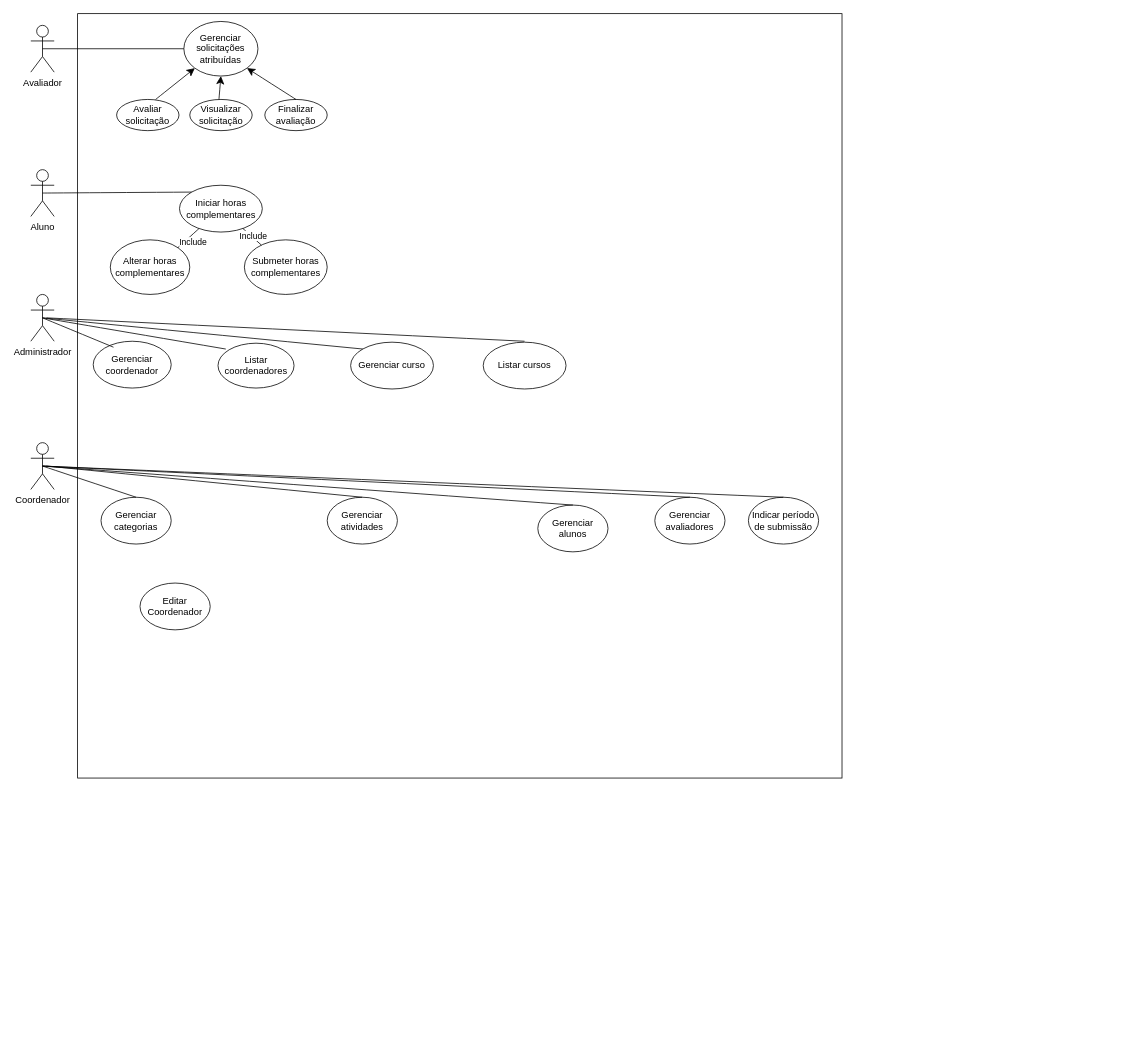
Earlier version of the draw.io diagram trabanalise.drawio (DGzzzzz/ADS_IF). Source tidied: cells renumbered, new cells numbered last; positions are measured from the earlier drawing's top-left corner, leaving out a move shared by most shapes. Both pictures are drawn from the tidied source at 78%, with x=0, y=0 at pixel (30, 13).
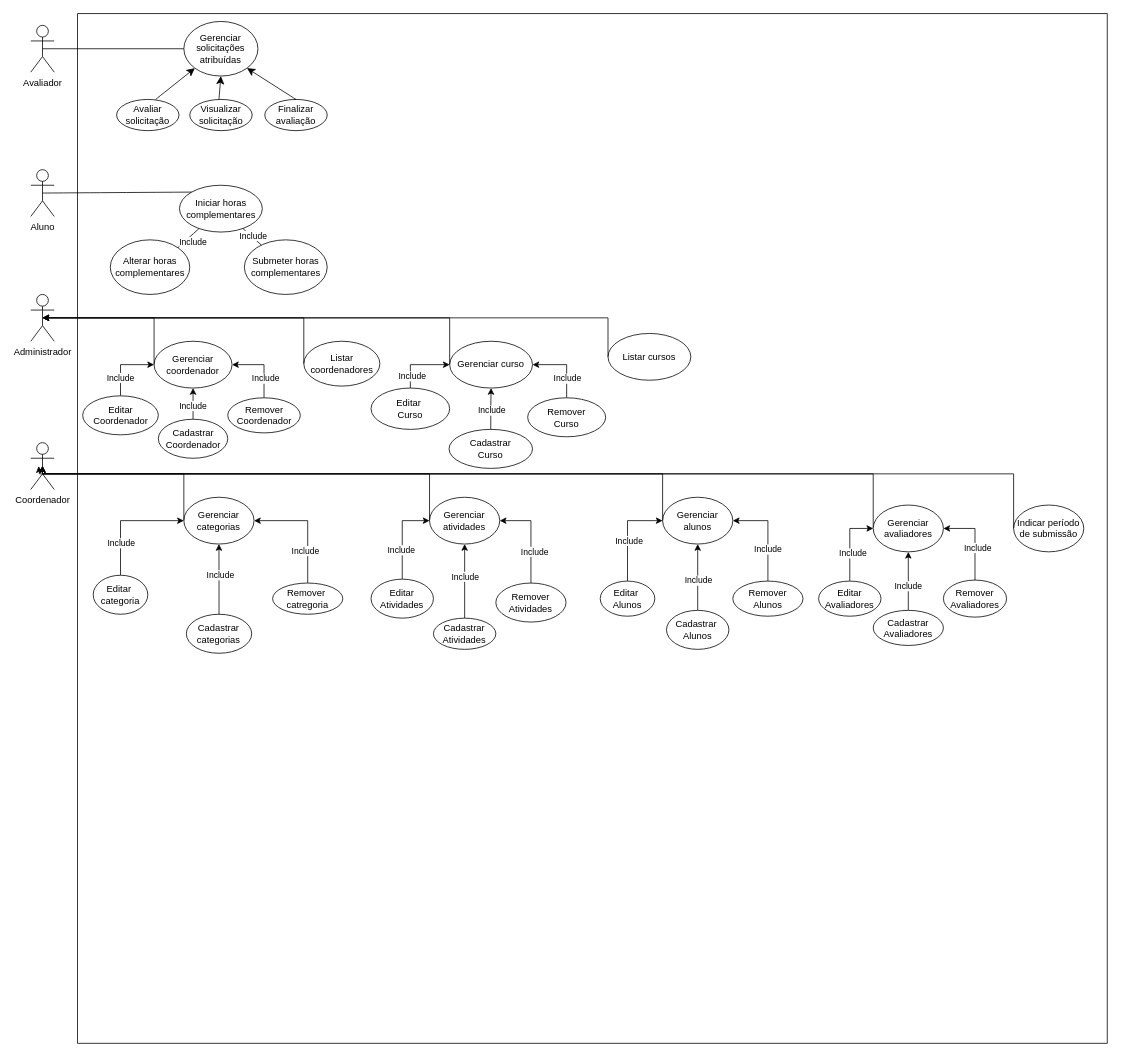
The same diagram, later.

The change refers to these unchanged cells:
```xml
<mxCell id="4" value="Administrador" style="shape=umlActor;verticalLabelPosition=bottom;verticalAlign=top;html=1;outlineConnect=0;" parent="1" vertex="1">
  <mxGeometry y="360" width="30" height="60" as="geometry" />
</mxCell>
<mxCell id="5" value="Coordenador" style="shape=umlActor;verticalLabelPosition=bottom;verticalAlign=top;html=1;outlineConnect=0;" parent="1" vertex="1">
  <mxGeometry y="550" width="30" height="60" as="geometry" />
</mxCell>
```

Diff of the diagram source:
```diff
@@
     <mxCell id="2" style="whiteSpace=wrap;html=1;" parent="1" vertex="1">
-      <mxGeometry x="60" width="980" height="980" as="geometry" />
+      <mxGeometry x="60" width="1320" height="1320" as="geometry" />
     </mxCell>
@@
     <mxCell id="7" value="&lt;span style=&quot;background-color: transparent; color: light-dark(rgb(0, 0, 0), rgb(255, 255, 255));&quot;&gt;Gerenciar&lt;/span&gt;&lt;span style=&quot;background-color: transparent; color: light-dark(rgb(0, 0, 0), rgb(255, 255, 255));&quot;&gt;&amp;nbsp;curso&lt;/span&gt;" style="ellipse;whiteSpace=wrap;html=1;" parent="1" vertex="1">
-      <mxGeometry x="410" y="421.2" width="106.2" height="60" as="geometry" />
+      <mxGeometry x="537" y="420" width="106.2" height="60" as="geometry" />
     </mxCell>
     <mxCell id="8" value="&lt;span style=&quot;background-color: transparent; color: light-dark(rgb(0, 0, 0), rgb(255, 255, 255));&quot;&gt;Gerenciar coordenador&lt;/span&gt;" style="ellipse;whiteSpace=wrap;html=1;" parent="1" vertex="1">
-      <mxGeometry x="80" y="420" width="100" height="60" as="geometry" />
+      <mxGeometry x="158" y="420" width="100" height="60" as="geometry" />
     </mxCell>
     <mxCell id="9" value="Gerenciar categorias" style="ellipse;whiteSpace=wrap;html=1;" parent="1" vertex="1">
-      <mxGeometry x="90" y="620" width="90" height="60" as="geometry" />
+      <mxGeometry x="196.2" y="620" width="90" height="60" as="geometry" />
     </mxCell>
     <mxCell id="10" value="Gerenciar atividades" style="ellipse;whiteSpace=wrap;html=1;" parent="1" vertex="1">
-      <mxGeometry x="380" y="620" width="90" height="60" as="geometry" />
+      <mxGeometry x="511.2" y="620" width="90" height="60" as="geometry" />
     </mxCell>
     <mxCell id="11" value="Gerenciar alunos" style="ellipse;whiteSpace=wrap;html=1;" parent="1" vertex="1">
-      <mxGeometry x="650" y="630" width="90" height="60" as="geometry" />
+      <mxGeometry x="810" y="620" width="90" height="60" as="geometry" />
     </mxCell>
+    <mxCell id="42" style="edgeStyle=orthogonalEdgeStyle;rounded=0;jettySize=auto;html=1;exitX=0;exitY=0.5;exitDx=0;exitDy=0;" parent="1" edge="1" source="12">
+      <mxGeometry relative="1" as="geometry">
+        <mxPoint x="10" y="580" as="targetPoint" />
+        <Array as="points">
+          <mxPoint x="1080" y="590" />
+          <mxPoint x="11" y="590" />
+        </Array>
+      </mxGeometry>
+    </mxCell>
     <mxCell id="12" value="Gerenciar avaliadores" style="ellipse;whiteSpace=wrap;html=1;" parent="1" vertex="1">
-      <mxGeometry x="800" y="620" width="90" height="60" as="geometry" />
+      <mxGeometry x="1080" y="630" width="90" height="60" as="geometry" />
     </mxCell>
     <mxCell id="13" value="Indicar período de submissão" style="ellipse;whiteSpace=wrap;html=1;" parent="1" vertex="1">
-      <mxGeometry x="920" y="620" width="90" height="60" as="geometry" />
+      <mxGeometry x="1260" y="630" width="90" height="60" as="geometry" />
     </mxCell>
@@
     <mxCell id="18" value="Listar coordenadores" style="ellipse;whiteSpace=wrap;html=1;" parent="1" vertex="1">
-      <mxGeometry x="240" y="422.5" width="97.5" height="57.5" as="geometry" />
+      <mxGeometry x="350" y="420" width="97.5" height="57.5" as="geometry" />
     </mxCell>
     <mxCell id="19" value="Listar cursos" style="ellipse;whiteSpace=wrap;html=1;" parent="1" vertex="1">
-      <mxGeometry x="580" y="421.2" width="106.2" height="60" as="geometry" />
+      <mxGeometry x="740" y="410" width="106.2" height="60" as="geometry" />
     </mxCell>
@@
-    <mxCell id="32" style="endArrow=none;html=1;rounded=0;fontSize=12;startSize=8;endSize=8;curved=1;" parent="1" edge="1">
-      <mxGeometry relative="1" as="geometry">
-        <mxPoint x="20" y="390" as="sourcePoint" />
-        <mxPoint x="633" y="420" as="targetPoint" />
-      </mxGeometry>
-    </mxCell>
-    <mxCell id="33" style="endArrow=none;html=1;rounded=0;fontSize=12;startSize=8;endSize=8;curved=1;entryX=0;entryY=0;entryDx=0;entryDy=0;exitX=0.5;exitY=0.5;exitDx=0;exitDy=0;exitPerimeter=0;" parent="1" edge="1" source="4" target="7">
-      <mxGeometry relative="1" as="geometry" />
-    </mxCell>
-    <mxCell id="34" style="endArrow=none;html=1;rounded=0;fontSize=12;startSize=8;endSize=8;curved=1;exitX=0.5;exitY=0.5;exitDx=0;exitDy=0;exitPerimeter=0;" parent="1" edge="1" source="4">
-      <mxGeometry relative="1" as="geometry">
-        <mxPoint x="250" y="430" as="targetPoint" />
-      </mxGeometry>
-    </mxCell>
-    <mxCell id="35" style="endArrow=none;html=1;rounded=0;fontSize=12;startSize=8;endSize=8;curved=1;entryX=0.26;entryY=0.127;entryDx=0;entryDy=0;entryPerimeter=0;exitX=0.5;exitY=0.5;exitDx=0;exitDy=0;exitPerimeter=0;" parent="1" edge="1" source="4" target="8">
-      <mxGeometry relative="1" as="geometry" />
-    </mxCell>
-    <mxCell id="36" style="endArrow=none;html=1;rounded=0;fontSize=12;startSize=8;endSize=8;curved=1;exitX=0.5;exitY=0.5;exitDx=0;exitDy=0;exitPerimeter=0;entryX=0.5;entryY=0;entryDx=0;entryDy=0;" parent="1" edge="1" source="5" target="13">
-      <mxGeometry relative="1" as="geometry" />
-    </mxCell>
-    <mxCell id="37" style="endArrow=none;html=1;rounded=0;fontSize=12;startSize=8;endSize=8;curved=1;exitX=0.5;exitY=0.5;exitDx=0;exitDy=0;exitPerimeter=0;entryX=0.5;entryY=0;entryDx=0;entryDy=0;" parent="1" edge="1" source="5" target="12">
-      <mxGeometry relative="1" as="geometry" />
-    </mxCell>
-    <mxCell id="38" style="endArrow=none;html=1;rounded=0;fontSize=12;startSize=8;endSize=8;curved=1;entryX=0.5;entryY=0;entryDx=0;entryDy=0;exitX=0.5;exitY=0.5;exitDx=0;exitDy=0;exitPerimeter=0;" parent="1" edge="1" source="5" target="11">
-      <mxGeometry relative="1" as="geometry" />
-    </mxCell>
-    <mxCell id="39" style="endArrow=none;html=1;rounded=0;fontSize=12;startSize=8;endSize=8;curved=1;entryX=0.5;entryY=0;entryDx=0;entryDy=0;" parent="1" edge="1" target="10">
-      <mxGeometry relative="1" as="geometry">
-        <mxPoint x="20" y="580" as="sourcePoint" />
-      </mxGeometry>
-    </mxCell>
-    <mxCell id="40" style="endArrow=none;html=1;rounded=0;fontSize=12;startSize=8;endSize=8;curved=1;exitX=0.5;exitY=0.5;exitDx=0;exitDy=0;entryX=0.5;entryY=0;entryDx=0;entryDy=0;exitPerimeter=0;" parent="1" edge="1" source="5" target="9">
-      <mxGeometry relative="1" as="geometry" />
-    </mxCell>
+    <mxCell id="43" style="edgeStyle=orthogonalEdgeStyle;rounded=0;jettySize=auto;html=1;exitX=0.5;exitY=0;exitDx=0;exitDy=0;entryX=0;entryY=0.5;entryDx=0;entryDy=0;" parent="1" edge="1" source="41" target="9">
+      <mxGeometry relative="1" as="geometry" />
+    </mxCell>
+    <mxCell id="44" value="Include" style="edgeLabel;html=1;align=center;verticalAlign=middle;" parent="43" vertex="1">
+      <mxGeometry x="-0.44" relative="1" as="geometry" />
+    </mxCell>
-    <mxCell id="41" value="Editar Coordenador" style="ellipse;whiteSpace=wrap;html=1;" parent="1" vertex="1">
-      <mxGeometry x="140" y="730" width="90" height="60" as="geometry" />
+    <mxCell id="41" value="Editar&amp;nbsp;&lt;div&gt;categoria&lt;/div&gt;" style="ellipse;whiteSpace=wrap;html=1;" parent="1" vertex="1">
+      <mxGeometry x="80" y="720" width="70" height="50" as="geometry" />
     </mxCell>
+    <mxCell id="45" style="edgeStyle=orthogonalEdgeStyle;rounded=0;jettySize=auto;html=1;exitX=0.5;exitY=0;exitDx=0;exitDy=0;entryX=0.5;entryY=1;entryDx=0;entryDy=0;" parent="1" edge="1" source="47" target="9">
+      <mxGeometry relative="1" as="geometry" />
+    </mxCell>
+    <mxCell id="46" value="Include" style="edgeLabel;html=1;align=center;verticalAlign=middle;" parent="45" vertex="1">
+      <mxGeometry x="0.13" y="-1" relative="1" as="geometry" />
+    </mxCell>
+    <mxCell id="47" value="Cadastrar categorias" style="ellipse;whiteSpace=wrap;html=1;" parent="1" vertex="1">
+      <mxGeometry x="199.4" y="770" width="83.8" height="50" as="geometry" />
+    </mxCell>
+    <mxCell id="48" style="edgeStyle=orthogonalEdgeStyle;rounded=0;jettySize=auto;html=1;exitX=0.5;exitY=0;exitDx=0;exitDy=0;entryX=1;entryY=0.5;entryDx=0;entryDy=0;" parent="1" edge="1" source="50" target="9">
+      <mxGeometry relative="1" as="geometry" />
+    </mxCell>
+    <mxCell id="49" value="Include" style="edgeLabel;html=1;align=center;verticalAlign=middle;" parent="48" vertex="1">
+      <mxGeometry x="-0.44" y="4" relative="1" as="geometry" />
+    </mxCell>
+    <mxCell id="50" value="Remover&amp;nbsp;&lt;div&gt;catregoria&lt;/div&gt;" style="ellipse;whiteSpace=wrap;html=1;" parent="1" vertex="1">
+      <mxGeometry x="310" y="730" width="90" height="40" as="geometry" />
+    </mxCell>
+    <mxCell id="51" style="edgeStyle=orthogonalEdgeStyle;rounded=0;jettySize=auto;html=1;exitX=0.5;exitY=0;exitDx=0;exitDy=0;entryX=0;entryY=0.5;entryDx=0;entryDy=0;" parent="1" edge="1" source="53" target="10">
+      <mxGeometry relative="1" as="geometry" />
+    </mxCell>
+    <mxCell id="52" value="Include" style="edgeLabel;html=1;align=center;verticalAlign=middle;" parent="51" vertex="1">
+      <mxGeometry x="-0.31" y="2" relative="1" as="geometry" />
+    </mxCell>
+    <mxCell id="53" value="Editar&lt;div&gt;Atividades&lt;/div&gt;" style="ellipse;whiteSpace=wrap;html=1;" parent="1" vertex="1">
+      <mxGeometry x="436.2" y="725" width="80" height="50" as="geometry" />
+    </mxCell>
+    <mxCell id="54" style="edgeStyle=orthogonalEdgeStyle;rounded=0;jettySize=auto;html=1;exitX=0.5;exitY=0;exitDx=0;exitDy=0;" parent="1" edge="1" source="56" target="10">
+      <mxGeometry relative="1" as="geometry" />
+    </mxCell>
+    <mxCell id="55" value="Include" style="edgeLabel;html=1;align=center;verticalAlign=middle;" parent="54" vertex="1">
+      <mxGeometry x="0.14" relative="1" as="geometry" />
+    </mxCell>
+    <mxCell id="56" value="Cadastrar&lt;div&gt;Atividades&lt;/div&gt;" style="ellipse;whiteSpace=wrap;html=1;" parent="1" vertex="1">
+      <mxGeometry x="516.2" y="775" width="80" height="40" as="geometry" />
+    </mxCell>
+    <mxCell id="57" style="edgeStyle=orthogonalEdgeStyle;rounded=0;jettySize=auto;html=1;exitX=0.5;exitY=0;exitDx=0;exitDy=0;entryX=1;entryY=0.5;entryDx=0;entryDy=0;" parent="1" edge="1" source="59" target="10">
+      <mxGeometry relative="1" as="geometry" />
+    </mxCell>
+    <mxCell id="58" value="Include" style="edgeLabel;html=1;align=center;verticalAlign=middle;" parent="57" vertex="1">
+      <mxGeometry x="-0.32" y="-4" relative="1" as="geometry" />
+    </mxCell>
+    <mxCell id="59" value="Remover&lt;div&gt;Atividades&lt;/div&gt;" style="ellipse;whiteSpace=wrap;html=1;" parent="1" vertex="1">
+      <mxGeometry x="596.2" y="730" width="90" height="50" as="geometry" />
+    </mxCell>
+    <mxCell id="60" style="edgeStyle=orthogonalEdgeStyle;rounded=0;jettySize=auto;html=1;exitX=0.5;exitY=0;exitDx=0;exitDy=0;entryX=0;entryY=0.5;entryDx=0;entryDy=0;" parent="1" edge="1" source="62" target="11">
+      <mxGeometry relative="1" as="geometry" />
+    </mxCell>
+    <mxCell id="61" value="Include" style="edgeLabel;html=1;align=center;verticalAlign=middle;" parent="60" vertex="1">
+      <mxGeometry x="-0.13" y="-1" relative="1" as="geometry">
+        <mxPoint y="1" as="offset" />
+      </mxGeometry>
+    </mxCell>
+    <mxCell id="62" value="Editar&amp;nbsp;&lt;div&gt;Alunos&lt;/div&gt;" style="ellipse;whiteSpace=wrap;html=1;" parent="1" vertex="1">
+      <mxGeometry x="730" y="727.5" width="70" height="45" as="geometry" />
+    </mxCell>
+    <mxCell id="63" style="edgeStyle=orthogonalEdgeStyle;rounded=0;jettySize=auto;html=1;exitX=0.5;exitY=0;exitDx=0;exitDy=0;" parent="1" edge="1" source="65" target="11">
+      <mxGeometry relative="1" as="geometry" />
+    </mxCell>
+    <mxCell id="64" value="Include" style="edgeLabel;html=1;align=center;verticalAlign=middle;" parent="63" vertex="1">
+      <mxGeometry x="-0.08" relative="1" as="geometry" />
+    </mxCell>
+    <mxCell id="65" value="Cadastrar&amp;nbsp;&lt;div&gt;Alunos&lt;/div&gt;" style="ellipse;whiteSpace=wrap;html=1;" parent="1" vertex="1">
+      <mxGeometry x="815" y="765" width="80" height="50" as="geometry" />
+    </mxCell>
+    <mxCell id="66" style="edgeStyle=orthogonalEdgeStyle;rounded=0;jettySize=auto;html=1;exitX=0.5;exitY=0;exitDx=0;exitDy=0;entryX=1;entryY=0.5;entryDx=0;entryDy=0;" parent="1" edge="1" source="68" target="11">
+      <mxGeometry relative="1" as="geometry" />
+    </mxCell>
+    <mxCell id="67" value="Include" style="edgeLabel;html=1;align=center;verticalAlign=middle;" parent="66" vertex="1">
+      <mxGeometry x="-0.31" y="1" relative="1" as="geometry">
+        <mxPoint y="1" as="offset" />
+      </mxGeometry>
+    </mxCell>
+    <mxCell id="68" value="Remover Alunos" style="ellipse;whiteSpace=wrap;html=1;" parent="1" vertex="1">
+      <mxGeometry x="900" y="727.5" width="90" height="45" as="geometry" />
+    </mxCell>
+    <mxCell id="69" style="edgeStyle=orthogonalEdgeStyle;rounded=0;jettySize=auto;html=1;exitX=0.5;exitY=0;exitDx=0;exitDy=0;entryX=0;entryY=0.5;entryDx=0;entryDy=0;" parent="1" edge="1" source="71" target="12">
+      <mxGeometry relative="1" as="geometry" />
+    </mxCell>
+    <mxCell id="70" value="Include" style="edgeLabel;html=1;align=center;verticalAlign=middle;" parent="69" vertex="1">
+      <mxGeometry x="-0.27" y="-3" relative="1" as="geometry" />
+    </mxCell>
+    <mxCell id="71" value="Editar&lt;div&gt;Avaliadores&lt;/div&gt;" style="ellipse;whiteSpace=wrap;html=1;" parent="1" vertex="1">
+      <mxGeometry x="1010" y="727.5" width="80" height="45" as="geometry" />
+    </mxCell>
+    <mxCell id="72" style="edgeStyle=orthogonalEdgeStyle;rounded=0;jettySize=auto;html=1;exitX=0.5;exitY=0;exitDx=0;exitDy=0;" parent="1" edge="1" source="74" target="12">
+      <mxGeometry relative="1" as="geometry" />
+    </mxCell>
+    <mxCell id="73" value="Include" style="edgeLabel;html=1;align=center;verticalAlign=middle;" parent="72" vertex="1">
+      <mxGeometry x="-0.15" y="1" relative="1" as="geometry" />
+    </mxCell>
+    <mxCell id="74" value="Cadastrar&lt;div&gt;Avaliadores&lt;/div&gt;" style="ellipse;whiteSpace=wrap;html=1;" parent="1" vertex="1">
+      <mxGeometry x="1080" y="765" width="90" height="45" as="geometry" />
+    </mxCell>
+    <mxCell id="75" style="edgeStyle=orthogonalEdgeStyle;rounded=0;jettySize=auto;html=1;exitX=0.5;exitY=0;exitDx=0;exitDy=0;entryX=1;entryY=0.5;entryDx=0;entryDy=0;" parent="1" edge="1" source="77" target="12">
+      <mxGeometry relative="1" as="geometry" />
+    </mxCell>
+    <mxCell id="76" value="Include" style="edgeLabel;html=1;align=center;verticalAlign=middle;" parent="75" vertex="1">
+      <mxGeometry x="-0.22" y="-3" relative="1" as="geometry" />
+    </mxCell>
+    <mxCell id="77" value="Remover&lt;div&gt;Avaliadores&lt;/div&gt;" style="ellipse;whiteSpace=wrap;html=1;" parent="1" vertex="1">
+      <mxGeometry x="1170" y="726.2" width="81" height="47.5" as="geometry" />
+    </mxCell>
+    <mxCell id="78" style="edgeStyle=orthogonalEdgeStyle;rounded=0;jettySize=auto;html=1;exitX=0.5;exitY=0;exitDx=0;exitDy=0;entryX=0;entryY=0.5;entryDx=0;entryDy=0;" parent="1" edge="1" source="80" target="8">
+      <mxGeometry relative="1" as="geometry" />
+    </mxCell>
+    <mxCell id="79" value="Include" style="edgeLabel;html=1;align=center;verticalAlign=middle;" parent="78" vertex="1">
+      <mxGeometry x="-0.42" y="1" relative="1" as="geometry" />
+    </mxCell>
+    <mxCell id="80" value="Editar Coordenador" style="ellipse;whiteSpace=wrap;html=1;" parent="1" vertex="1">
+      <mxGeometry x="66.5" y="490" width="97" height="50" as="geometry" />
+    </mxCell>
+    <mxCell id="81" style="edgeStyle=orthogonalEdgeStyle;rounded=0;jettySize=auto;html=1;exitX=0.5;exitY=0;exitDx=0;exitDy=0;entryX=0.5;entryY=1;entryDx=0;entryDy=0;" parent="1" edge="1" source="83" target="8">
+      <mxGeometry relative="1" as="geometry" />
+    </mxCell>
+    <mxCell id="82" value="Include" style="edgeLabel;html=1;align=center;verticalAlign=middle;" parent="81" vertex="1">
+      <mxGeometry x="-0.11" y="1" relative="1" as="geometry" />
+    </mxCell>
+    <mxCell id="83" value="Cadastrar Coordenador" style="ellipse;whiteSpace=wrap;html=1;" parent="1" vertex="1">
+      <mxGeometry x="163.5" y="520" width="89" height="50" as="geometry" />
+    </mxCell>
+    <mxCell id="84" style="edgeStyle=orthogonalEdgeStyle;rounded=0;jettySize=auto;html=1;exitX=0.5;exitY=0;exitDx=0;exitDy=0;entryX=1;entryY=0.5;entryDx=0;entryDy=0;" parent="1" edge="1" source="86" target="8">
+      <mxGeometry relative="1" as="geometry" />
+    </mxCell>
+    <mxCell id="85" value="Include" style="edgeLabel;html=1;align=center;verticalAlign=middle;" parent="84" vertex="1">
+      <mxGeometry x="-0.4" relative="1" as="geometry">
+        <mxPoint x="1" as="offset" />
+      </mxGeometry>
+    </mxCell>
+    <mxCell id="86" value="Remover Coordenador" style="ellipse;whiteSpace=wrap;html=1;" parent="1" vertex="1">
+      <mxGeometry x="252.5" y="492.5" width="93" height="45" as="geometry" />
+    </mxCell>
+    <mxCell id="87" style="edgeStyle=orthogonalEdgeStyle;rounded=0;jettySize=auto;html=1;exitX=0;exitY=0.5;exitDx=0;exitDy=0;entryX=0.5;entryY=0.5;entryDx=0;entryDy=0;entryPerimeter=0;" parent="1" edge="1" source="18" target="4">
+      <mxGeometry relative="1" as="geometry">
+        <Array as="points">
+          <mxPoint x="350" y="390" />
+        </Array>
+      </mxGeometry>
+    </mxCell>
+    <mxCell id="88" style="edgeStyle=orthogonalEdgeStyle;rounded=0;jettySize=auto;html=1;exitX=0.5;exitY=0;exitDx=0;exitDy=0;entryX=0;entryY=0.5;entryDx=0;entryDy=0;" parent="1" edge="1" source="90" target="7">
+      <mxGeometry relative="1" as="geometry" />
+    </mxCell>
+    <mxCell id="89" value="Include" style="edgeLabel;html=1;align=center;verticalAlign=middle;" parent="88" vertex="1">
+      <mxGeometry x="-0.6" y="-2" relative="1" as="geometry" />
+    </mxCell>
+    <mxCell id="90" value="Editar&amp;nbsp;&lt;div&gt;Curso&lt;/div&gt;" style="ellipse;whiteSpace=wrap;html=1;" parent="1" vertex="1">
+      <mxGeometry x="436.2" y="480" width="100.8" height="53" as="geometry" />
+    </mxCell>
+    <mxCell id="91" style="edgeStyle=orthogonalEdgeStyle;rounded=0;jettySize=auto;html=1;exitX=0.5;exitY=0;exitDx=0;exitDy=0;" parent="1" edge="1" source="93" target="7">
+      <mxGeometry relative="1" as="geometry" />
+    </mxCell>
+    <mxCell id="92" value="Include" style="edgeLabel;html=1;align=center;verticalAlign=middle;" parent="91" vertex="1">
+      <mxGeometry x="-0.07" y="-1" relative="1" as="geometry" />
+    </mxCell>
+    <mxCell id="93" value="Cadastrar&lt;div&gt;Curso&lt;/div&gt;" style="ellipse;whiteSpace=wrap;html=1;" parent="1" vertex="1">
+      <mxGeometry x="536.2" y="533" width="107" height="50" as="geometry" />
+    </mxCell>
+    <mxCell id="94" style="edgeStyle=orthogonalEdgeStyle;rounded=0;jettySize=auto;html=1;exitX=0.5;exitY=0;exitDx=0;exitDy=0;entryX=1;entryY=0.5;entryDx=0;entryDy=0;" parent="1" edge="1" source="96" target="7">
+      <mxGeometry relative="1" as="geometry" />
+    </mxCell>
+    <mxCell id="95" value="Include" style="edgeLabel;html=1;align=center;verticalAlign=middle;" parent="94" vertex="1">
+      <mxGeometry x="-0.41" relative="1" as="geometry" />
+    </mxCell>
+    <mxCell id="96" value="Remover&lt;div&gt;Curso&lt;/div&gt;" style="ellipse;whiteSpace=wrap;html=1;" parent="1" vertex="1">
+      <mxGeometry x="637" y="492.5" width="100" height="50" as="geometry" />
+    </mxCell>
+    <mxCell id="97" style="edgeStyle=orthogonalEdgeStyle;rounded=0;jettySize=auto;html=1;exitX=0;exitY=0.5;exitDx=0;exitDy=0;entryX=0.5;entryY=0.5;entryDx=0;entryDy=0;entryPerimeter=0;" parent="1" edge="1" source="19" target="4">
+      <mxGeometry relative="1" as="geometry">
+        <Array as="points">
+          <mxPoint x="740" y="390" />
+        </Array>
+      </mxGeometry>
+    </mxCell>
+    <mxCell id="98" style="edgeStyle=orthogonalEdgeStyle;rounded=0;jettySize=auto;html=1;exitX=0;exitY=0.5;exitDx=0;exitDy=0;entryX=0.5;entryY=0.5;entryDx=0;entryDy=0;entryPerimeter=0;" parent="1" edge="1" source="7" target="4">
+      <mxGeometry relative="1" as="geometry">
+        <Array as="points">
+          <mxPoint x="537" y="390" />
+        </Array>
+      </mxGeometry>
+    </mxCell>
+    <mxCell id="99" style="edgeStyle=orthogonalEdgeStyle;rounded=0;jettySize=auto;html=1;exitX=0;exitY=0.5;exitDx=0;exitDy=0;entryX=0.5;entryY=0.5;entryDx=0;entryDy=0;entryPerimeter=0;" parent="1" edge="1" source="8" target="4">
+      <mxGeometry relative="1" as="geometry">
+        <Array as="points">
+          <mxPoint x="158" y="390" />
+        </Array>
+      </mxGeometry>
+    </mxCell>
+    <mxCell id="100" style="edgeStyle=orthogonalEdgeStyle;rounded=0;jettySize=auto;html=1;exitX=0;exitY=0.5;exitDx=0;exitDy=0;entryX=0.5;entryY=0.5;entryDx=0;entryDy=0;entryPerimeter=0;" parent="1" edge="1" source="9" target="5">
+      <mxGeometry relative="1" as="geometry">
+        <Array as="points">
+          <mxPoint x="196" y="590" />
+          <mxPoint x="15" y="590" />
+        </Array>
+      </mxGeometry>
+    </mxCell>
+    <mxCell id="101" style="edgeStyle=orthogonalEdgeStyle;rounded=0;jettySize=auto;html=1;exitX=0;exitY=0.5;exitDx=0;exitDy=0;entryX=0.5;entryY=0.5;entryDx=0;entryDy=0;entryPerimeter=0;" parent="1" edge="1" source="10" target="5">
+      <mxGeometry relative="1" as="geometry">
+        <Array as="points">
+          <mxPoint x="511" y="590" />
+          <mxPoint x="15" y="590" />
+        </Array>
+      </mxGeometry>
+    </mxCell>
+    <mxCell id="102" style="edgeStyle=orthogonalEdgeStyle;rounded=0;jettySize=auto;html=1;exitX=0;exitY=0.5;exitDx=0;exitDy=0;entryX=0.5;entryY=0.5;entryDx=0;entryDy=0;entryPerimeter=0;" parent="1" edge="1" source="11" target="5">
+      <mxGeometry relative="1" as="geometry">
+        <Array as="points">
+          <mxPoint x="810" y="590" />
+          <mxPoint x="15" y="590" />
+        </Array>
+      </mxGeometry>
+    </mxCell>
+    <mxCell id="103" style="edgeStyle=orthogonalEdgeStyle;rounded=0;jettySize=auto;html=1;exitX=0;exitY=0.5;exitDx=0;exitDy=0;entryX=0.5;entryY=0.5;entryDx=0;entryDy=0;entryPerimeter=0;" parent="1" edge="1" source="13" target="5">
+      <mxGeometry relative="1" as="geometry">
+        <Array as="points">
+          <mxPoint x="1260" y="590" />
+          <mxPoint x="15" y="590" />
+        </Array>
+      </mxGeometry>
+    </mxCell>
```
